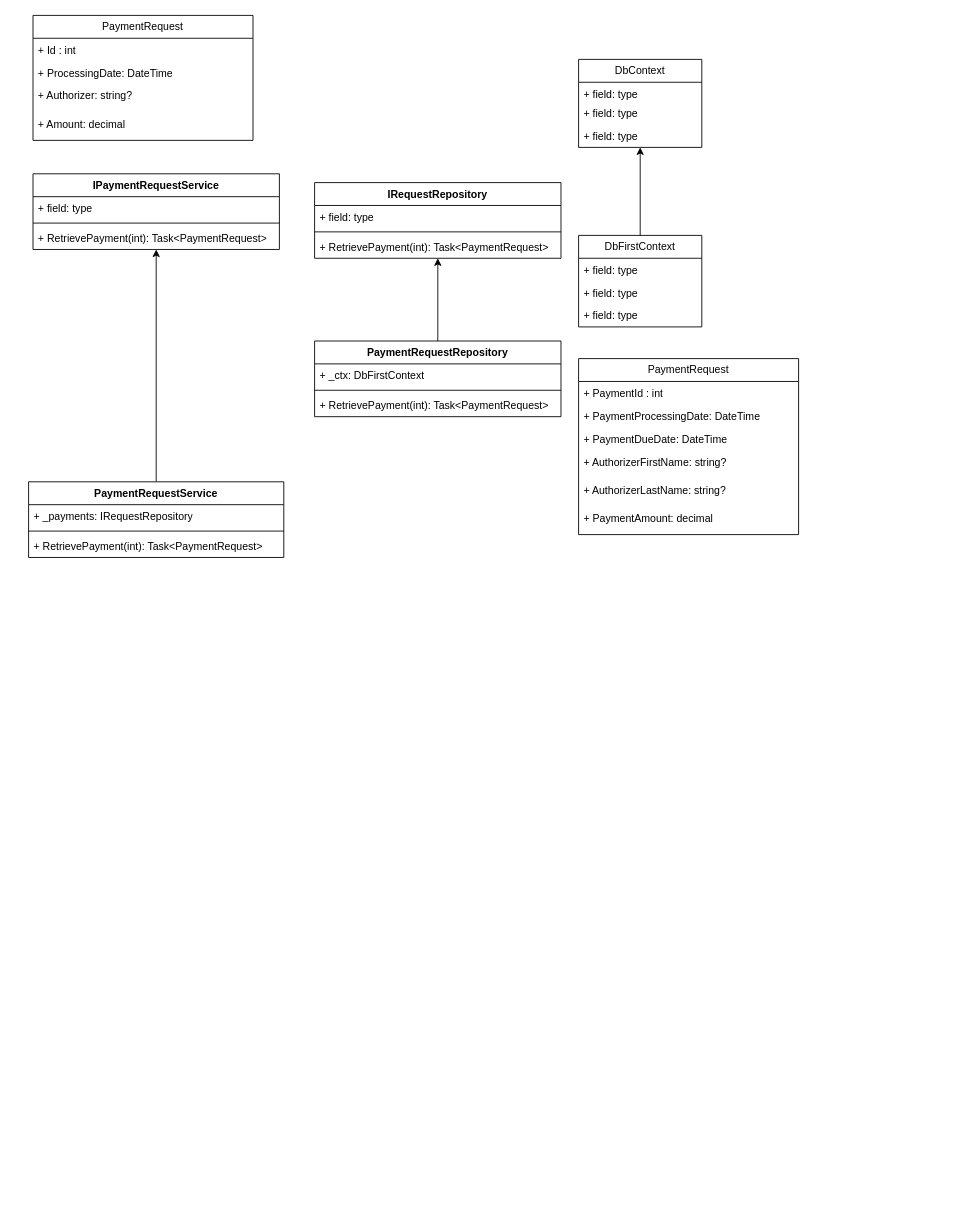
kalidoss86/drawio keeps this draw.io diagram as PaymentRequest.drawio. Above is the earlier version. Source tidied: cells renumbered, new cells numbered last; positions are measured from the earlier drawing's top-left corner, leaving out a move shared by most shapes. Both pictures are drawn from the tidied source at 88%, with x=0, y=0 at pixel (28, 15).
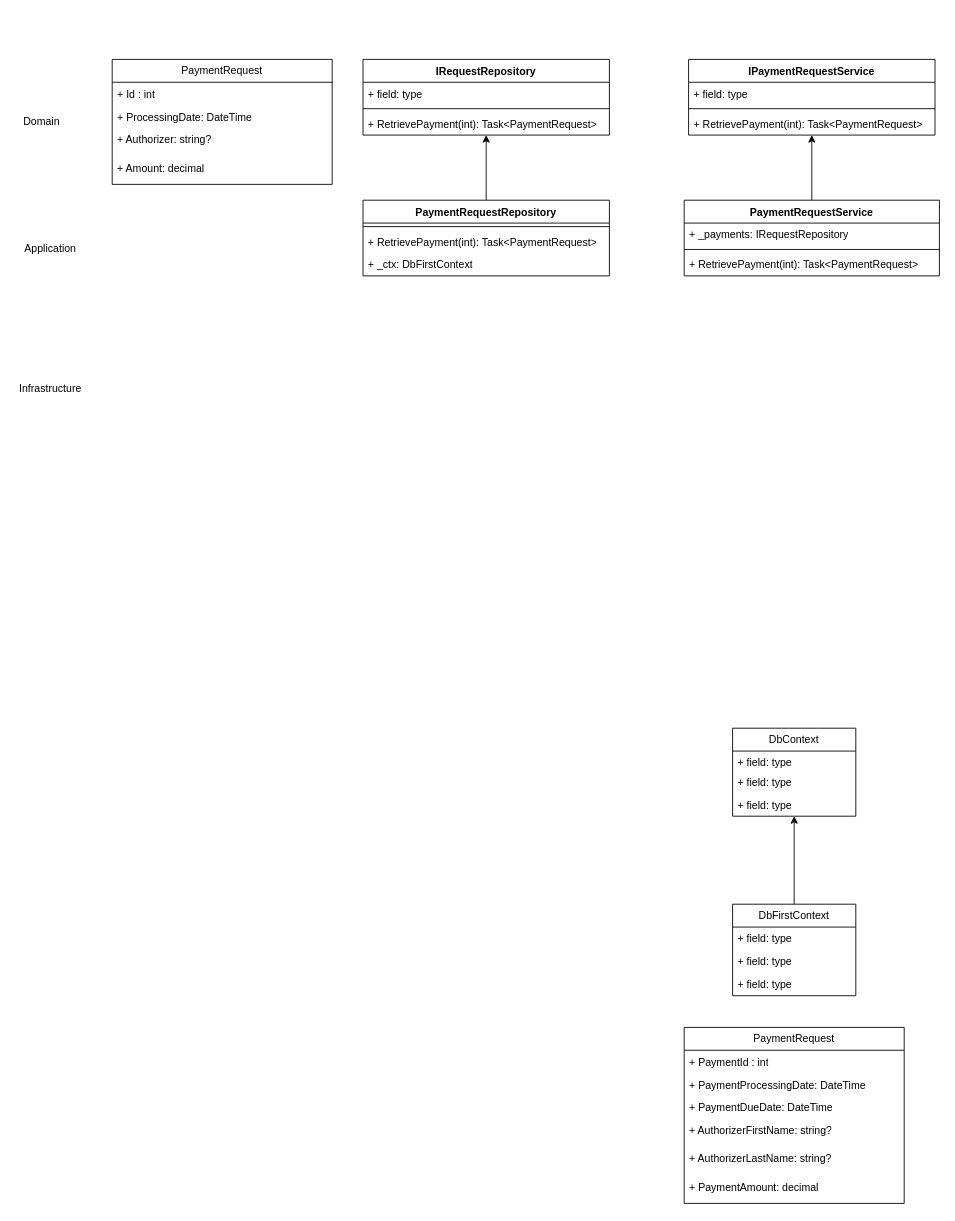
The same diagram, later.

The edit, as a diff of the source:
```diff
@@
     <mxCell id="2" value="PaymentRequest" style="swimlane;fontStyle=0;horizontal=1;startSize=26;fillColor=none;whiteSpace=wrap;html=1;" parent="1" vertex="1">
-      <mxGeometry x="5" width="250" height="142" as="geometry" />
+      <mxGeometry x="95" y="50" width="250" height="142" as="geometry" />
     </mxCell>
@@
     <mxCell id="7" value="DbFirstContext" style="swimlane;fontStyle=0;horizontal=1;startSize=26;fillColor=none;whiteSpace=wrap;html=1;" parent="1" vertex="1">
-      <mxGeometry x="625" y="250" width="140" height="104" as="geometry" />
+      <mxGeometry x="800" y="1010" width="140" height="104" as="geometry" />
     </mxCell>
@@
     <mxCell id="12" value="DbContext" style="swimlane;fontStyle=0;horizontal=1;startSize=26;fillColor=none;whiteSpace=wrap;html=1;" parent="1" vertex="1">
-      <mxGeometry x="625" y="50" width="140" height="100" as="geometry" />
+      <mxGeometry x="800" y="810" width="140" height="100" as="geometry" />
     </mxCell>
@@
     <mxCell id="16" value="PaymentRequest" style="swimlane;fontStyle=0;horizontal=1;startSize=26;fillColor=none;whiteSpace=wrap;html=1;" parent="1" vertex="1">
-      <mxGeometry x="625" y="390" width="250" height="200" as="geometry" />
+      <mxGeometry x="745" y="1150" width="250" height="200" as="geometry" />
     </mxCell>
@@
     <mxCell id="23" value="IRequestRepository" style="swimlane;fontStyle=1;align=center;verticalAlign=top;horizontal=1;startSize=26;whiteSpace=wrap;html=1;" parent="1" vertex="1">
-      <mxGeometry x="325" y="190" width="280" height="86" as="geometry" />
+      <mxGeometry x="380" y="50" width="280" height="86" as="geometry" />
     </mxCell>
@@
     <mxCell id="28" value="PaymentRequestRepository" style="swimlane;fontStyle=1;align=center;verticalAlign=top;horizontal=1;startSize=26;whiteSpace=wrap;html=1;" parent="1" vertex="1">
-      <mxGeometry x="325" y="370" width="280" height="86" as="geometry" />
+      <mxGeometry x="380" y="210" width="280" height="86" as="geometry" />
     </mxCell>
-    <mxCell id="29" value="+ _ctx: DbFirstContext" style="text;strokeColor=none;fillColor=none;align=left;verticalAlign=top;spacingLeft=4;spacingRight=4;overflow=hidden;whiteSpace=wrap;html=1;" parent="28" vertex="1">
-      <mxGeometry y="26" width="280" height="26" as="geometry" />
-    </mxCell>
     <mxCell id="30" style="line;strokeWidth=1;fillColor=none;align=left;verticalAlign=middle;spacingTop=-1;spacingLeft=3;spacingRight=3;labelPosition=right;strokeColor=inherit;" parent="28" vertex="1">
-      <mxGeometry y="52" width="280" height="8" as="geometry" />
+      <mxGeometry y="26" width="280" height="8" as="geometry" />
     </mxCell>
     <mxCell id="31" value="+ RetrievePayment(int): Task&amp;lt;PaymentRequest&amp;gt;" style="text;strokeColor=none;fillColor=none;align=left;verticalAlign=top;spacingLeft=4;spacingRight=4;overflow=hidden;whiteSpace=wrap;html=1;" parent="28" vertex="1">
-      <mxGeometry y="60" width="280" height="26" as="geometry" />
+      <mxGeometry y="34" width="280" height="26" as="geometry" />
     </mxCell>
+    <mxCell id="29" value="+ _ctx: DbFirstContext" style="text;strokeColor=none;fillColor=none;align=left;verticalAlign=top;spacingLeft=4;spacingRight=4;overflow=hidden;whiteSpace=wrap;html=1;" parent="28" vertex="1">
+      <mxGeometry y="60" width="280" height="26" as="geometry" />
+    </mxCell>
     <mxCell id="32" value="IPaymentRequestService" style="swimlane;fontStyle=1;align=center;verticalAlign=top;horizontal=1;startSize=26;whiteSpace=wrap;html=1;" parent="1" vertex="1">
-      <mxGeometry x="5" y="180" width="280" height="86" as="geometry" />
+      <mxGeometry x="750" y="50" width="280" height="86" as="geometry" />
     </mxCell>
@@
     <mxCell id="37" value="PaymentRequestService" style="swimlane;fontStyle=1;align=center;verticalAlign=top;horizontal=1;startSize=26;whiteSpace=wrap;html=1;" parent="1" vertex="1">
-      <mxGeometry y="530" width="290" height="86" as="geometry" />
+      <mxGeometry x="745" y="210" width="290" height="86" as="geometry" />
     </mxCell>
@@
+    <mxCell id="41" value="Domain" style="text;html=1;strokeColor=none;fillColor=none;align=center;verticalAlign=middle;whiteSpace=wrap;rounded=0;" parent="1" vertex="1">
+      <mxGeometry x="-15" y="96" width="60" height="50" as="geometry" />
+    </mxCell>
+    <mxCell id="42" value="Application" style="text;html=1;strokeColor=none;fillColor=none;align=center;verticalAlign=middle;whiteSpace=wrap;rounded=0;" parent="1" vertex="1">
+      <mxGeometry x="-5" y="240" width="60" height="50" as="geometry" />
+    </mxCell>
+    <mxCell id="43" value="Infrastructure" style="text;html=1;strokeColor=none;fillColor=none;align=center;verticalAlign=middle;whiteSpace=wrap;rounded=0;" parent="1" vertex="1">
+      <mxGeometry x="-5" y="400" width="60" height="50" as="geometry" />
+    </mxCell>
```
